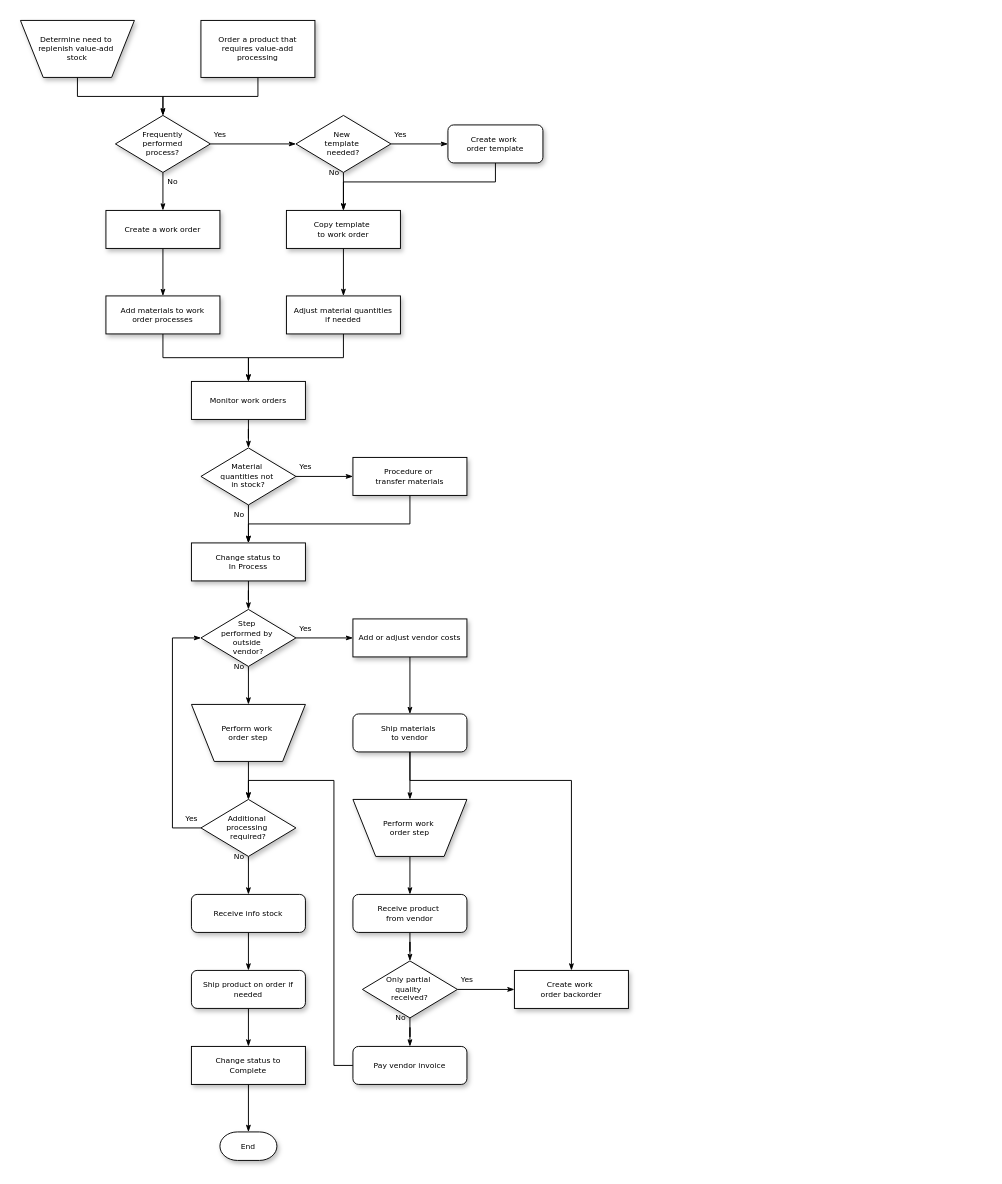
Above: Untitled Diagram.drawio in StanMus/graph (draw.io), before the change. Source tidied: cells renumbered, new cells numbered last; positions are measured from the earlier drawing's top-left corner, leaving out a move shared by most shapes. Both pictures are drawn from the tidied source at 95%, with x=0, y=0 at pixel (20, 20).
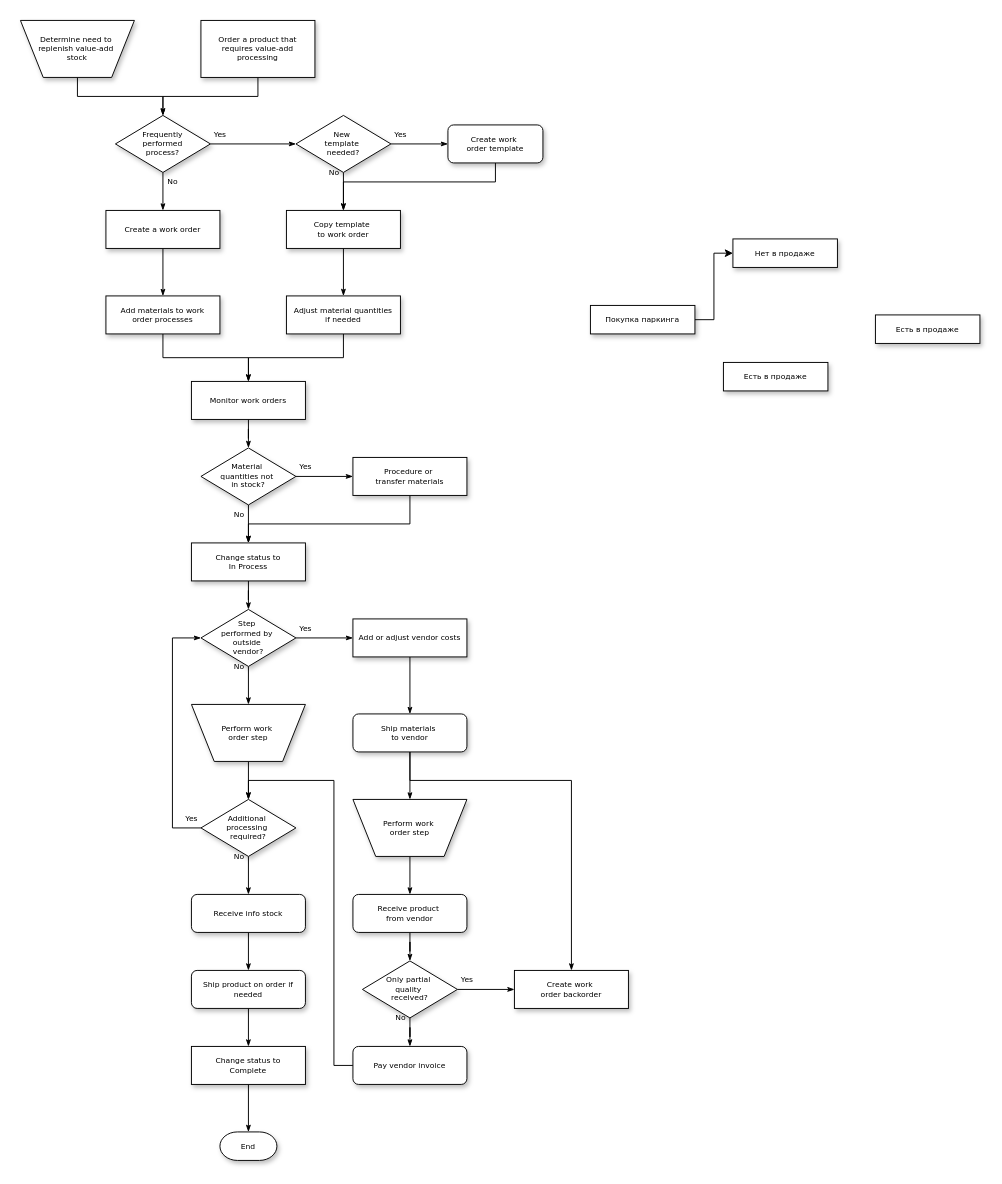
The same diagram, later.

Change to the diagram source:
```diff
@@
+    <mxCell id="61" style="edgeStyle=orthogonalEdgeStyle;rounded=0;jettySize=auto;html=1;exitX=1;exitY=0.5;exitDx=0;exitDy=0;entryX=0;entryY=0.5;entryDx=0;entryDy=0;" parent="1" edge="1" source="62" target="63">
+      <mxGeometry relative="1" as="geometry" />
+    </mxCell>
+    <mxCell id="62" value="Покупка паркинга" style="rounded=0;whiteSpace=wrap;html=1;shadow=1;labelBackgroundColor=none;strokeWidth=1;fontFamily=Verdana;fontSize=8;align=center;" parent="1" vertex="1">
+      <mxGeometry x="600" y="300" width="110" height="30" as="geometry" />
+    </mxCell>
+    <mxCell id="63" value="Нет в продаже" style="rounded=0;whiteSpace=wrap;html=1;shadow=1;labelBackgroundColor=none;strokeWidth=1;fontFamily=Verdana;fontSize=8;align=center;" parent="1" vertex="1">
+      <mxGeometry x="750" y="230" width="110" height="30" as="geometry" />
+    </mxCell>
+    <mxCell id="64" value="Есть в продаже" style="rounded=0;whiteSpace=wrap;html=1;shadow=1;labelBackgroundColor=none;strokeWidth=1;fontFamily=Verdana;fontSize=8;align=center;" parent="1" vertex="1">
+      <mxGeometry x="740" y="360" width="110" height="30" as="geometry" />
+    </mxCell>
+    <mxCell id="65" value="Есть в продаже" style="rounded=0;whiteSpace=wrap;html=1;shadow=1;labelBackgroundColor=none;strokeWidth=1;fontFamily=Verdana;fontSize=8;align=center;" parent="1" vertex="1">
+      <mxGeometry x="900" y="310" width="110" height="30" as="geometry" />
+    </mxCell>
```
